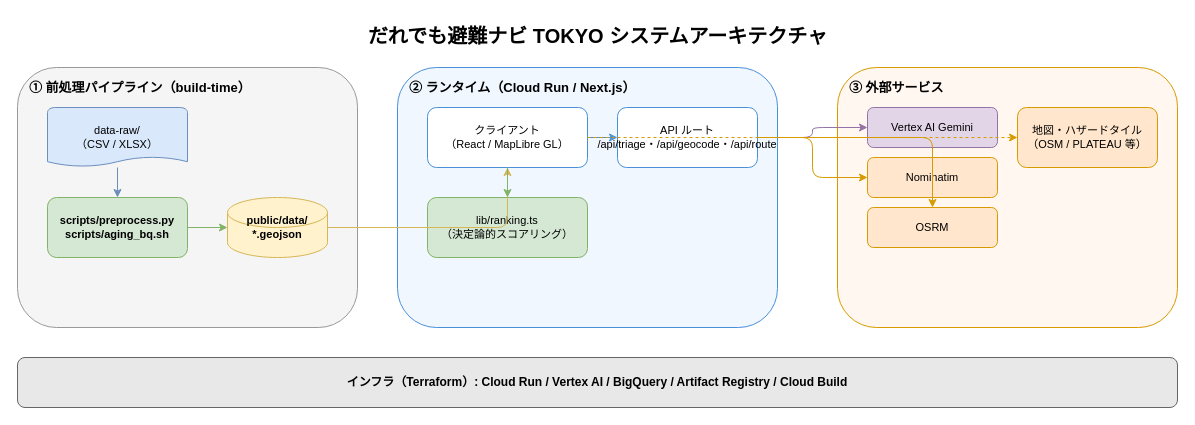
Before: docs/architecture.drawio in muroshima/Hinan-Navi-Tokyo, a draw.io diagram. Source tidied: cells renumbered, new cells numbered last; positions are measured from the earlier drawing's top-left corner, leaving out a move shared by most shapes. Both pictures are drawn from the tidied source at 100%, with x=0, y=0 at pixel (17, 17).
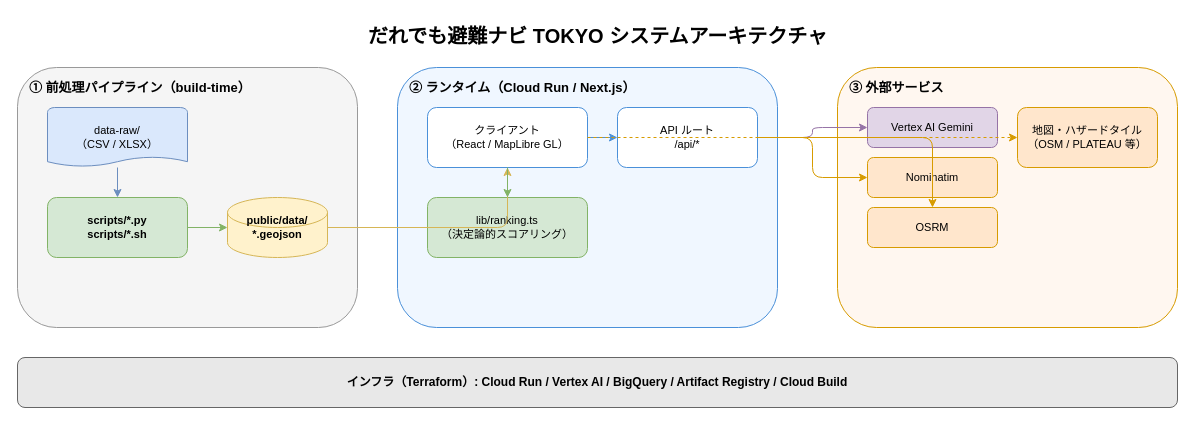
The same diagram, later.

Commit message (it also covers changes not shown here):
docs: 一部列挙を総称表記(*)に変更し欠落誤解を解消(Copilotレビュー対応)

What changed in the source:
```diff
@@
-    <mxCell id="5" value="scripts/preprocess.py&#10;scripts/aging_bq.sh" style="rounded=1;whiteSpace=wrap;html=1;fillColor=#d5e8d4;strokeColor=#82b366;fontSize=11;fontStyle=1;" parent="1" vertex="1">
+    <mxCell id="5" value="scripts/*.py&#10;scripts/*.sh" style="rounded=1;whiteSpace=wrap;html=1;fillColor=#d5e8d4;strokeColor=#82b366;fontSize=11;fontStyle=1;" parent="1" vertex="1">
       <mxGeometry x="30" y="180" width="140" height="60" as="geometry" />
     </mxCell>
@@
-    <mxCell id="12" value="API ルート&#10;/api/triage・/api/geocode・/api/route" style="rounded=1;whiteSpace=wrap;html=1;fillColor=#ffffff;strokeColor=#4a90d9;fontSize=11;" parent="1" vertex="1">
+    <mxCell id="12" value="API ルート&#10;/api/*" style="rounded=1;whiteSpace=wrap;html=1;fillColor=#ffffff;strokeColor=#4a90d9;fontSize=11;" parent="1" vertex="1">
       <mxGeometry x="600" y="90" width="140" height="60" as="geometry" />
     </mxCell>
```
